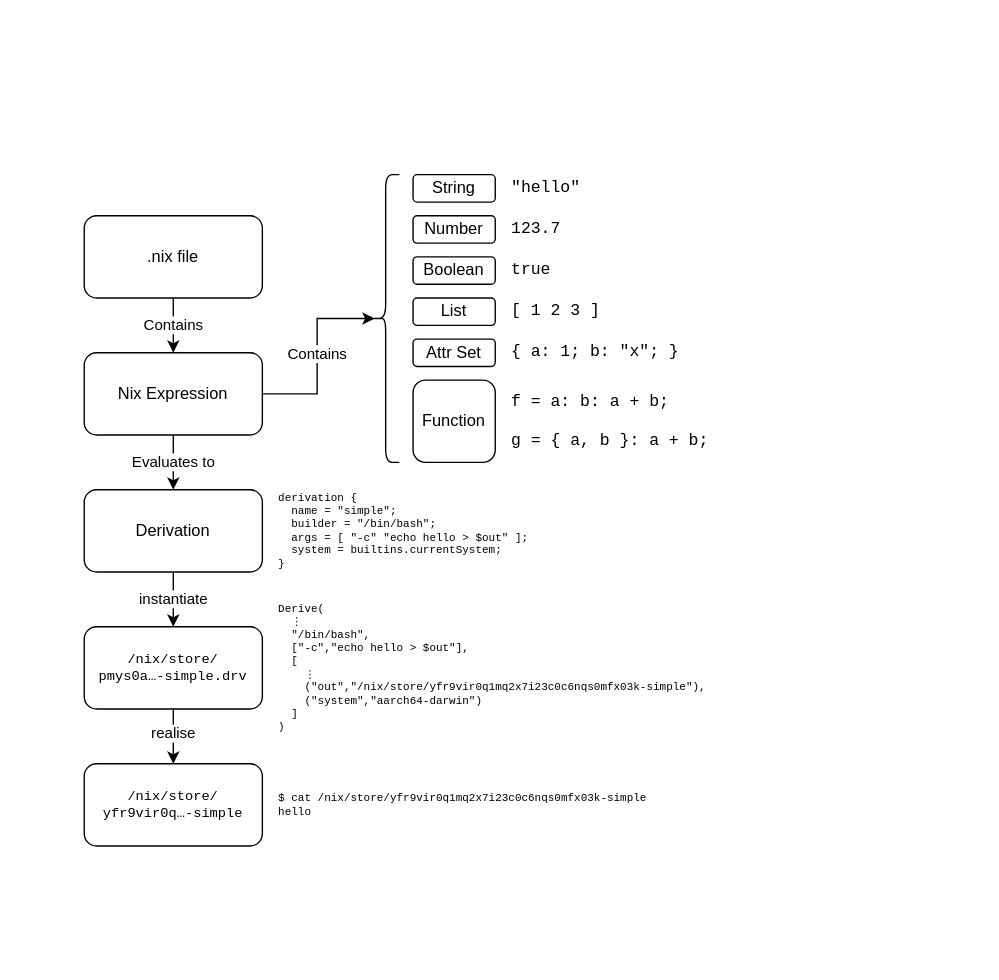
iFreilicht/drawings keeps this draw.io diagram as Untitled Diagram.drawio. Above is the earlier version. Source tidied: cells renumbered, new cells numbered last; positions are measured from the earlier drawing's top-left corner, leaving out a move shared by most shapes. Both pictures are drawn from the tidied source at 137%, with x=0, y=0 at pixel (84, 174).
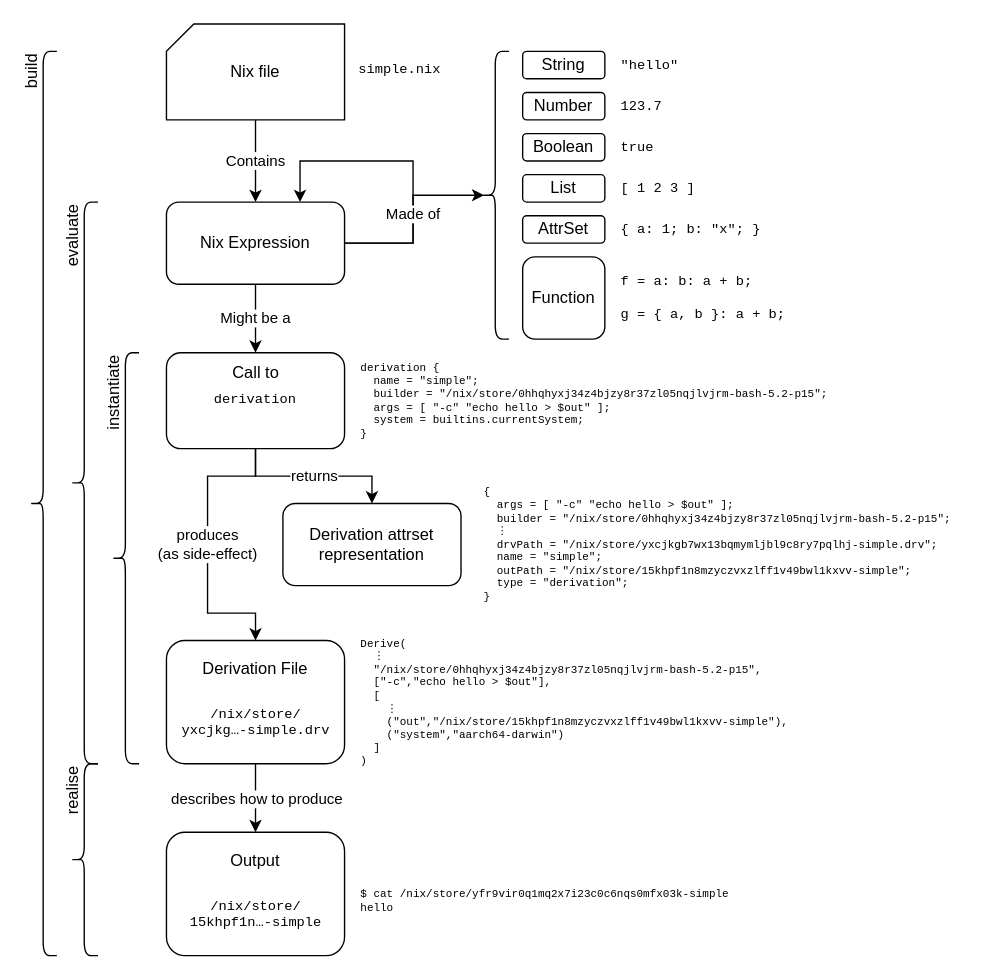
The same diagram, later.

Commit message:
Add stages and make pure

The change refers to these unchanged cells:
```xml
<mxCell id="9" style="edgeStyle=orthogonalEdgeStyle;rounded=0;jettySize=auto;html=1;exitX=0.5;exitY=1;exitDx=0;exitDy=0;entryX=0.5;entryY=0;entryDx=0;entryDy=0;" parent="1" edge="1" source="11" target="12">
  <mxGeometry relative="1" as="geometry" />
</mxCell>
<mxCell id="29" style="shape=curlyBracket;whiteSpace=wrap;html=1;rounded=1;labelPosition=left;verticalLabelPosition=middle;align=right;verticalAlign=middle;" parent="16" vertex="1">
  <mxGeometry width="20" height="210" as="geometry" />
</mxCell>
```

The edit, as a diff of the source:
```diff
@@
-    <mxCell id="2" value=".nix file" style="rounded=1;whiteSpace=wrap;html=1;" parent="1" vertex="1">
-      <mxGeometry y="30" width="130" height="60" as="geometry" />
-    </mxCell>
+    <mxCell id="30" style="edgeStyle=orthogonalEdgeStyle;rounded=0;orthogonalLoop=1;jettySize=auto;html=1;exitX=1;exitY=0.5;exitDx=0;exitDy=0;entryX=0.75;entryY=0;entryDx=0;entryDy=0;" parent="1" edge="1" source="3" target="3">
+      <mxGeometry relative="1" as="geometry">
+        <Array as="points">
+          <mxPoint x="240" y="50" />
+          <mxPoint x="240" y="-10" />
+          <mxPoint x="158" y="-10" />
+        </Array>
+      </mxGeometry>
+    </mxCell>
     <mxCell id="3" value="Nix Expression" style="rounded=1;whiteSpace=wrap;html=1;" parent="1" vertex="1">
-      <mxGeometry y="130" width="130" height="60" as="geometry" />
+      <mxGeometry x="60" y="20" width="130" height="60" as="geometry" />
     </mxCell>
-    <mxCell id="4" value="Contains" style="endArrow=classic;html=1;rounded=0;exitX=0.5;exitY=1;exitDx=0;exitDy=0;entryX=0.5;entryY=0;entryDx=0;entryDy=0;" parent="1" edge="1" source="2" target="3">
+    <mxCell id="4" value="Contains" style="endArrow=classic;html=1;rounded=0;exitX=0.5;exitY=1;exitDx=0;exitDy=0;entryX=0.5;entryY=0;entryDx=0;entryDy=0;exitPerimeter=0;" parent="1" edge="1" source="44" target="3">
       <mxGeometry relative="1" as="geometry" />
     </mxCell>
-    <mxCell id="5" value="instantiate" style="edgeStyle=orthogonalEdgeStyle;rounded=0;jettySize=auto;exitX=0.5;exitY=1;exitDx=0;exitDy=0;entryX=0.5;entryY=0;entryDx=0;entryDy=0;html=1;" parent="1" edge="1" source="6" target="11">
-      <mxGeometry relative="1" as="geometry" />
+    <mxCell id="5" value="&lt;div&gt;produces&lt;/div&gt;&lt;div&gt;(as side-effect)&lt;br&gt;&lt;/div&gt;" style="edgeStyle=orthogonalEdgeStyle;rounded=0;jettySize=auto;exitX=0.5;exitY=1;exitDx=0;exitDy=0;entryX=0.5;entryY=0;entryDx=0;entryDy=0;html=1;" parent="1" edge="1" source="38" target="11">
+      <mxGeometry relative="1" as="geometry">
+        <Array as="points">
+          <mxPoint x="125" y="220" />
+          <mxPoint x="90" y="220" />
+          <mxPoint x="90" y="320" />
+          <mxPoint x="125" y="320" />
+        </Array>
+      </mxGeometry>
     </mxCell>
-    <mxCell id="6" value="Derivation" style="rounded=1;whiteSpace=wrap;html=1;" parent="1" vertex="1">
-      <mxGeometry y="230" width="130" height="60" as="geometry" />
+    <mxCell id="6" value="Derivation attrset representation" style="rounded=1;whiteSpace=wrap;html=1;" parent="1" vertex="1">
+      <mxGeometry x="145" y="240" width="130" height="60" as="geometry" />
     </mxCell>
-    <mxCell id="7" value="Evaluates to" style="endArrow=classic;html=1;rounded=0;exitX=0.5;exitY=1;exitDx=0;exitDy=0;entryX=0.5;entryY=0;entryDx=0;entryDy=0;" parent="1" edge="1" source="3" target="6">
-      <mxGeometry relative="1" as="geometry" />
-    </mxCell>
-    <mxCell id="8" value="&lt;pre style=&quot;font-size: 8px;&quot;&gt;derivation { &lt;br style=&quot;font-size: 8px;&quot;&gt;  name = &quot;simple&quot;; &lt;br style=&quot;font-size: 8px;&quot;&gt;  builder = &quot;/bin/bash&quot;; &lt;br style=&quot;font-size: 8px;&quot;&gt;  args = [ &quot;-c&quot; &quot;echo hello &amp;gt; $out&quot; ]; &lt;br style=&quot;font-size: 8px;&quot;&gt;  system = builtins.currentSystem; &lt;br style=&quot;font-size: 8px;&quot;&gt;}&lt;br style=&quot;font-size: 8px;&quot;&gt;&lt;/pre&gt;" style="rounded=1;whiteSpace=wrap;html=1;fillColor=none;strokeColor=none;align=left;fontSize=8;" parent="1" vertex="1">
-      <mxGeometry x="140" y="230" width="330" height="60" as="geometry" />
+    <mxCell id="8" value="&lt;pre style=&quot;font-size: 8px;&quot;&gt;derivation { &lt;br style=&quot;font-size: 8px;&quot;&gt;  name = &quot;simple&quot;; &lt;br style=&quot;font-size: 8px;&quot;&gt;  builder = &quot;/nix/store/0hhqhyxj34z4bjzy8r37zl05nqjlvjrm-bash-5.2-p15&quot;; &lt;br style=&quot;font-size: 8px;&quot;&gt;  args = [ &quot;-c&quot; &quot;echo hello &amp;gt; $out&quot; ]; &lt;br style=&quot;font-size: 8px;&quot;&gt;  system = builtins.currentSystem; &lt;br style=&quot;font-size: 8px;&quot;&gt;}&lt;br style=&quot;font-size: 8px;&quot;&gt;&lt;/pre&gt;" style="rounded=1;whiteSpace=wrap;html=1;fillColor=none;strokeColor=none;align=left;fontSize=8;" parent="1" vertex="1">
+      <mxGeometry x="200" y="135" width="370" height="60" as="geometry" />
     </mxCell>
@@
-    <mxCell id="10" value="realise" style="edgeLabel;html=1;align=center;verticalAlign=middle;" parent="9" vertex="1">
-      <mxGeometry x="-0.14" y="-1" relative="1" as="geometry" />
+    <mxCell id="10" value="describes how to produce" style="edgeLabel;html=1;align=center;verticalAlign=middle;" parent="9" vertex="1">
+      <mxGeometry relative="1" as="geometry" />
     </mxCell>
-    <mxCell id="11" value="&lt;pre style=&quot;font-size: 10px;&quot;&gt;/nix/store/&lt;br style=&quot;font-size: 10px;&quot;&gt;pmys0a…-simple.drv&lt;/pre&gt;" style="rounded=1;whiteSpace=wrap;html=1;fontSize=10;" parent="1" vertex="1">
-      <mxGeometry y="330" width="130" height="60" as="geometry" />
-    </mxCell>
-    <mxCell id="12" value="&lt;div style=&quot;font-size: 10px;&quot;&gt;&lt;pre style=&quot;font-size: 10px;&quot;&gt;/nix/store/&lt;br style=&quot;font-size: 10px;&quot;&gt;yfr9vir0q…-simple&lt;/pre&gt;&lt;/div&gt;" style="rounded=1;whiteSpace=wrap;html=1;fontSize=10;" parent="1" vertex="1">
-      <mxGeometry y="430" width="130" height="60" as="geometry" />
-    </mxCell>
-    <mxCell id="13" value="&lt;pre style=&quot;font-size: 8px;&quot;&gt;Derive(&lt;br&gt;  ⋮&lt;br&gt;  &quot;/bin/bash&quot;,&lt;br&gt;  [&quot;-c&quot;,&quot;echo hello &amp;gt; $out&quot;],&lt;br&gt;  [&lt;br&gt;    ⋮  &lt;br&gt;    (&quot;out&quot;,&quot;/nix/store/yfr9vir0q1mq2x7i23c0c6nqs0mfx03k-simple&quot;),&lt;br&gt;    (&quot;system&quot;,&quot;aarch64-darwin&quot;)&lt;br&gt;  ]&lt;br&gt;)&lt;br style=&quot;font-size: 8px;&quot;&gt;&lt;/pre&gt;" style="rounded=1;whiteSpace=wrap;html=1;fillColor=none;strokeColor=none;align=left;fontSize=8;" parent="1" vertex="1">
-      <mxGeometry x="140" y="315" width="330" height="90" as="geometry" />
+    <mxCell id="13" value="&lt;pre style=&quot;font-size: 8px;&quot;&gt;Derive(&lt;br&gt;  ⋮&lt;br&gt;  &quot;/nix/store/0hhqhyxj34z4bjzy8r37zl05nqjlvjrm-bash-5.2-p15&quot;,&lt;br&gt;  [&quot;-c&quot;,&quot;echo hello &amp;gt; $out&quot;],&lt;br&gt;  [&lt;br&gt;    ⋮  &lt;br&gt;    (&quot;out&quot;,&quot;/nix/store/15khpf1n8mzyczvxzlff1v49bwl1kxvv-simple&quot;),&lt;br&gt;    (&quot;system&quot;,&quot;aarch64-darwin&quot;)&lt;br&gt;  ]&lt;br&gt;)&lt;br style=&quot;font-size: 8px;&quot;&gt;&lt;/pre&gt;" style="rounded=1;whiteSpace=wrap;html=1;fillColor=none;strokeColor=none;align=left;fontSize=8;" parent="1" vertex="1">
+      <mxGeometry x="200" y="340" width="330" height="90" as="geometry" />
     </mxCell>
     <mxCell id="14" value="&lt;pre&gt;$ cat /nix/store/yfr9vir0q1mq2x7i23c0c6nqs0mfx03k-simple&lt;br&gt;hello&lt;/pre&gt;" style="rounded=1;whiteSpace=wrap;html=1;fillColor=none;strokeColor=none;align=left;fontSize=8;" parent="1" vertex="1">
-      <mxGeometry x="140" y="430" width="330" height="60" as="geometry" />
+      <mxGeometry x="200" y="500" width="330" height="60" as="geometry" />
     </mxCell>
-    <mxCell id="15" value="Contains" style="edgeStyle=orthogonalEdgeStyle;rounded=0;jettySize=auto;html=1;exitX=1;exitY=0.5;exitDx=0;exitDy=0;entryX=0.1;entryY=0.5;entryDx=0;entryDy=0;entryPerimeter=0;" parent="1" edge="1" source="3" target="29">
-      <mxGeometry relative="1" as="geometry" />
+    <mxCell id="15" value="Made of" style="edgeStyle=orthogonalEdgeStyle;rounded=0;jettySize=auto;html=1;exitX=1;exitY=0.5;exitDx=0;exitDy=0;entryX=0.1;entryY=0.5;entryDx=0;entryDy=0;entryPerimeter=0;" parent="1" edge="1" source="3" target="29">
+      <mxGeometry x="0.03" relative="1" as="geometry" />
     </mxCell>
     <mxCell id="16" style="group;" parent="1" vertex="1">
-      <mxGeometry x="210" width="260" height="210" as="geometry" />
+      <mxGeometry x="290" y="-90" width="260" height="210" as="geometry" />
     </mxCell>
@@
-    <mxCell id="22" value="Attr Set" style="rounded=1;whiteSpace=wrap;html=1;" parent="16" vertex="1">
+    <mxCell id="22" value="AttrSet" style="rounded=1;whiteSpace=wrap;html=1;" parent="16" vertex="1">
       <mxGeometry x="30" y="120" width="60" height="20" as="geometry" />
     </mxCell>
-    <mxCell id="23" value="&lt;pre&gt;&quot;hello&quot;&lt;/pre&gt;" style="rounded=1;whiteSpace=wrap;html=1;fillColor=none;strokeColor=none;align=left;" parent="16" vertex="1">
+    <mxCell id="23" value="&lt;pre style=&quot;font-size: 10px;&quot;&gt;&quot;hello&quot;&lt;/pre&gt;" style="rounded=1;whiteSpace=wrap;html=1;fillColor=none;strokeColor=none;align=left;" parent="16" vertex="1">
       <mxGeometry x="100" width="160" height="20" as="geometry" />
     </mxCell>
-    <mxCell id="24" value="&lt;pre&gt;123.7&lt;/pre&gt;" style="rounded=1;whiteSpace=wrap;html=1;fillColor=none;strokeColor=none;align=left;" parent="16" vertex="1">
+    <mxCell id="24" value="&lt;pre style=&quot;font-size: 10px;&quot;&gt;123.7&lt;/pre&gt;" style="rounded=1;whiteSpace=wrap;html=1;fillColor=none;strokeColor=none;align=left;" parent="16" vertex="1">
       <mxGeometry x="100" y="30" width="160" height="20" as="geometry" />
     </mxCell>
-    <mxCell id="25" value="&lt;pre&gt;true&lt;/pre&gt;" style="rounded=1;whiteSpace=wrap;html=1;fillColor=none;strokeColor=none;align=left;" parent="16" vertex="1">
+    <mxCell id="25" value="&lt;pre style=&quot;font-size: 10px;&quot;&gt;true&lt;/pre&gt;" style="rounded=1;whiteSpace=wrap;html=1;fillColor=none;strokeColor=none;align=left;" parent="16" vertex="1">
       <mxGeometry x="100" y="60" width="160" height="20" as="geometry" />
     </mxCell>
-    <mxCell id="26" value="&lt;pre&gt;[ 1 2 3 ]&lt;/pre&gt;" style="rounded=1;whiteSpace=wrap;html=1;fillColor=none;strokeColor=none;align=left;" parent="16" vertex="1">
+    <mxCell id="26" value="&lt;pre style=&quot;font-size: 10px;&quot;&gt;[ 1 2 3 ]&lt;/pre&gt;" style="rounded=1;whiteSpace=wrap;html=1;fillColor=none;strokeColor=none;align=left;" parent="16" vertex="1">
       <mxGeometry x="100" y="90" width="160" height="20" as="geometry" />
     </mxCell>
-    <mxCell id="27" value="&lt;pre&gt;{ a: 1; b: &quot;x&quot;; } &lt;/pre&gt;" style="rounded=1;whiteSpace=wrap;html=1;fillColor=none;strokeColor=none;align=left;" parent="16" vertex="1">
+    <mxCell id="27" value="&lt;pre style=&quot;font-size: 10px;&quot;&gt;{ a: 1; b: &quot;x&quot;; } &lt;/pre&gt;" style="rounded=1;whiteSpace=wrap;html=1;fillColor=none;strokeColor=none;align=left;" parent="16" vertex="1">
       <mxGeometry x="100" y="120" width="160" height="20" as="geometry" />
     </mxCell>
-    <mxCell id="28" value="&lt;pre&gt;f = a: b: a + b;&lt;br&gt;&lt;br&gt;g = { a, b }: a + b;&lt;br&gt;&lt;/pre&gt;" style="rounded=1;whiteSpace=wrap;html=1;fillColor=none;strokeColor=none;align=left;" parent="16" vertex="1">
+    <mxCell id="28" value="&lt;pre style=&quot;font-size: 10px;&quot;&gt;&lt;font style=&quot;font-size: 10px;&quot;&gt;f = a: b: a + b;&lt;br&gt;&lt;br&gt;g = { a, b }: a + b;&lt;br&gt;&lt;/font&gt;&lt;/pre&gt;" style="rounded=1;whiteSpace=wrap;html=1;fillColor=none;strokeColor=none;align=left;" parent="16" vertex="1">
       <mxGeometry x="100" y="150" width="160" height="60" as="geometry" />
     </mxCell>
@@
+    <mxCell id="31" style="group;" parent="1" vertex="1">
+      <mxGeometry x="60" y="340" width="130" height="90" as="geometry" />
+    </mxCell>
+    <mxCell id="11" value="Derivation File" style="rounded=1;whiteSpace=wrap;html=1;fontSize=12;spacingTop=-48;" parent="31" vertex="1">
+      <mxGeometry width="130" height="90" as="geometry" />
+    </mxCell>
+    <mxCell id="32" value="&lt;pre style=&quot;font-size: 10px;&quot;&gt;/nix/store/&lt;br style=&quot;font-size: 10px;&quot;&gt;yxcjkg…-simple.drv&lt;/pre&gt;" style="text;html=1;align=center;verticalAlign=middle;strokeColor=none;fillColor=none;" parent="31" vertex="1">
+      <mxGeometry y="30" width="130" height="60" as="geometry" />
+    </mxCell>
+    <mxCell id="33" style="group;" parent="1" vertex="1">
+      <mxGeometry x="60" y="480" width="130" height="90" as="geometry" />
+    </mxCell>
+    <mxCell id="12" value="Output" style="rounded=1;whiteSpace=wrap;html=1;fontSize=12;spacingTop=-48;labelPosition=center;verticalLabelPosition=middle;align=center;verticalAlign=middle;spacing=0;" parent="33" vertex="1">
+      <mxGeometry width="130" height="90" as="geometry" />
+    </mxCell>
+    <mxCell id="34" value="&lt;div style=&quot;font-size: 10px;&quot;&gt;&lt;pre style=&quot;font-size: 10px;&quot;&gt;/nix/store/&lt;br style=&quot;font-size: 10px;&quot;&gt;15khpf1n…-simple&lt;/pre&gt;&lt;/div&gt;" style="text;html=1;align=center;verticalAlign=middle;strokeColor=none;fillColor=none;" parent="33" vertex="1">
+      <mxGeometry x="5" y="30" width="120" height="60" as="geometry" />
+    </mxCell>
+    <mxCell id="35" value="build" style="shape=curlyBracket;whiteSpace=wrap;html=1;rounded=1;labelPosition=left;verticalLabelPosition=middle;align=right;verticalAlign=middle;horizontal=0;spacingTop=24;" parent="1" vertex="1">
+      <mxGeometry x="-40" y="-90" width="20" height="660" as="geometry" />
+    </mxCell>
+    <mxCell id="36" value="evaluate" style="shape=curlyBracket;whiteSpace=wrap;html=1;rounded=1;labelPosition=left;verticalLabelPosition=middle;align=right;verticalAlign=middle;horizontal=0;spacingTop=24;" parent="1" vertex="1">
+      <mxGeometry x="-10" y="20" width="20" height="410" as="geometry" />
+    </mxCell>
+    <mxCell id="37" value="returns" style="edgeStyle=orthogonalEdgeStyle;rounded=0;jettySize=auto;html=1;exitX=0.5;exitY=1;exitDx=0;exitDy=0;entryX=0.5;entryY=0;entryDx=0;entryDy=0;" parent="1" edge="1" source="38" target="6">
+      <mxGeometry relative="1" as="geometry" />
+    </mxCell>
+    <mxCell id="38" value="&lt;pre style=&quot;font-size: 11px;&quot;&gt;&lt;font style=&quot;font-size: 10px;&quot;&gt;derivation&lt;/font&gt;&lt;/pre&gt;" style="rounded=1;whiteSpace=wrap;html=1;spacingTop=-2;" parent="1" vertex="1">
+      <mxGeometry x="60" y="130" width="130" height="70" as="geometry" />
+    </mxCell>
+    <mxCell id="39" value="Might be a" style="edgeStyle=orthogonalEdgeStyle;rounded=0;jettySize=auto;html=1;exitX=0.5;exitY=1;exitDx=0;exitDy=0;entryX=0.5;entryY=0;entryDx=0;entryDy=0;" parent="1" edge="1" source="3" target="38">
+      <mxGeometry relative="1" as="geometry" />
+    </mxCell>
+    <mxCell id="40" value="Call to" style="text;html=1;align=center;verticalAlign=middle;strokeColor=none;fillColor=none;" parent="1" vertex="1">
+      <mxGeometry x="95" y="130" width="60" height="30" as="geometry" />
+    </mxCell>
+    <mxCell id="41" value="&lt;pre style=&quot;font-size: 8px;&quot;&gt;{ &lt;br&gt;  args = [ &quot;-c&quot; &quot;echo hello &amp;gt; $out&quot; ];&lt;br&gt;  builder = &quot;/nix/store/0hhqhyxj34z4bjzy8r37zl05nqjlvjrm-bash-5.2-p15&quot;;&lt;br&gt;  ⋮&lt;br&gt;  drvPath = &quot;/nix/store/yxcjkgb7wx13bqmymljbl9c8ry7pqlhj-simple.drv&quot;; &lt;br&gt;  name = &quot;simple&quot;;&lt;br&gt;  outPath = &quot;/nix/store/15khpf1n8mzyczvxzlff1v49bwl1kxvv-simple&quot;;&lt;br&gt;  type = &quot;derivation&quot;;&lt;br&gt;}&lt;br style=&quot;font-size: 8px;&quot;&gt;&lt;/pre&gt;" style="rounded=1;whiteSpace=wrap;html=1;fillColor=none;strokeColor=none;align=left;fontSize=8;" parent="1" vertex="1">
+      <mxGeometry x="290" y="240" width="360" height="60" as="geometry" />
+    </mxCell>
+    <mxCell id="42" value="realise" style="shape=curlyBracket;whiteSpace=wrap;html=1;rounded=1;labelPosition=left;verticalLabelPosition=middle;align=right;verticalAlign=middle;horizontal=0;spacingTop=24;" parent="1" vertex="1">
+      <mxGeometry x="-10" y="430" width="20" height="140" as="geometry" />
+    </mxCell>
+    <mxCell id="43" value="instantiate" style="shape=curlyBracket;whiteSpace=wrap;html=1;rounded=1;labelPosition=left;verticalLabelPosition=middle;align=right;verticalAlign=middle;horizontal=0;spacingTop=24;size=0.5;" parent="1" vertex="1">
+      <mxGeometry x="20" y="130" width="20" height="300" as="geometry" />
+    </mxCell>
+    <mxCell id="44" value="Nix file" style="shape=card;whiteSpace=wrap;html=1;size=20;" parent="1" vertex="1">
+      <mxGeometry x="60" y="-110" width="130" height="70" as="geometry" />
+    </mxCell>
+    <mxCell id="45" value="&lt;pre style=&quot;font-size: 10px;&quot;&gt;simple.nix&lt;/pre&gt;" style="text;html=1;align=center;verticalAlign=middle;strokeColor=none;fillColor=none;" parent="1" vertex="1">
+      <mxGeometry x="190" y="-102" width="80" height="50" as="geometry" />
+    </mxCell>
```
